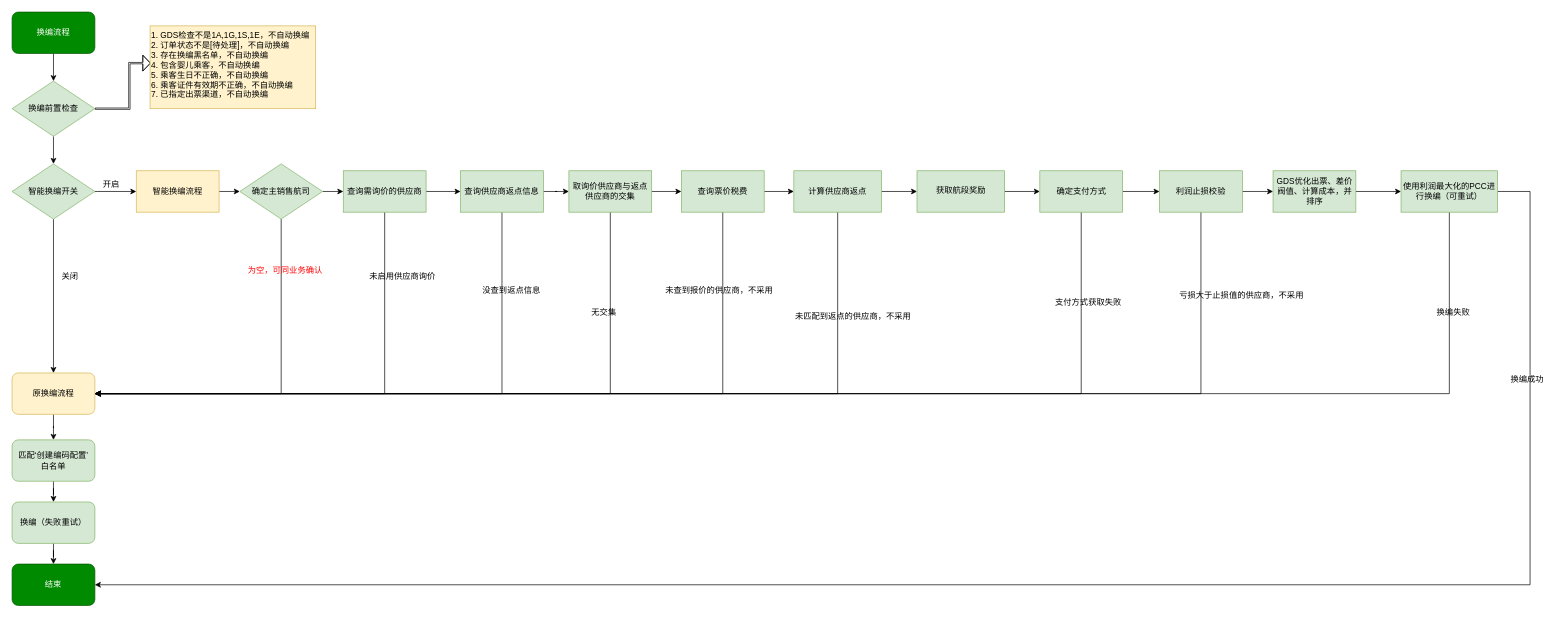
The draw.io diagram 换编.drawio in dhyang/study, before the edit. Source tidied: cells renumbered, new cells numbered last; positions are measured from the earlier drawing's top-left corner, leaving out a move shared by most shapes. Both pictures are drawn from the tidied source at 69%, with x=0, y=0 at pixel (12, 12).
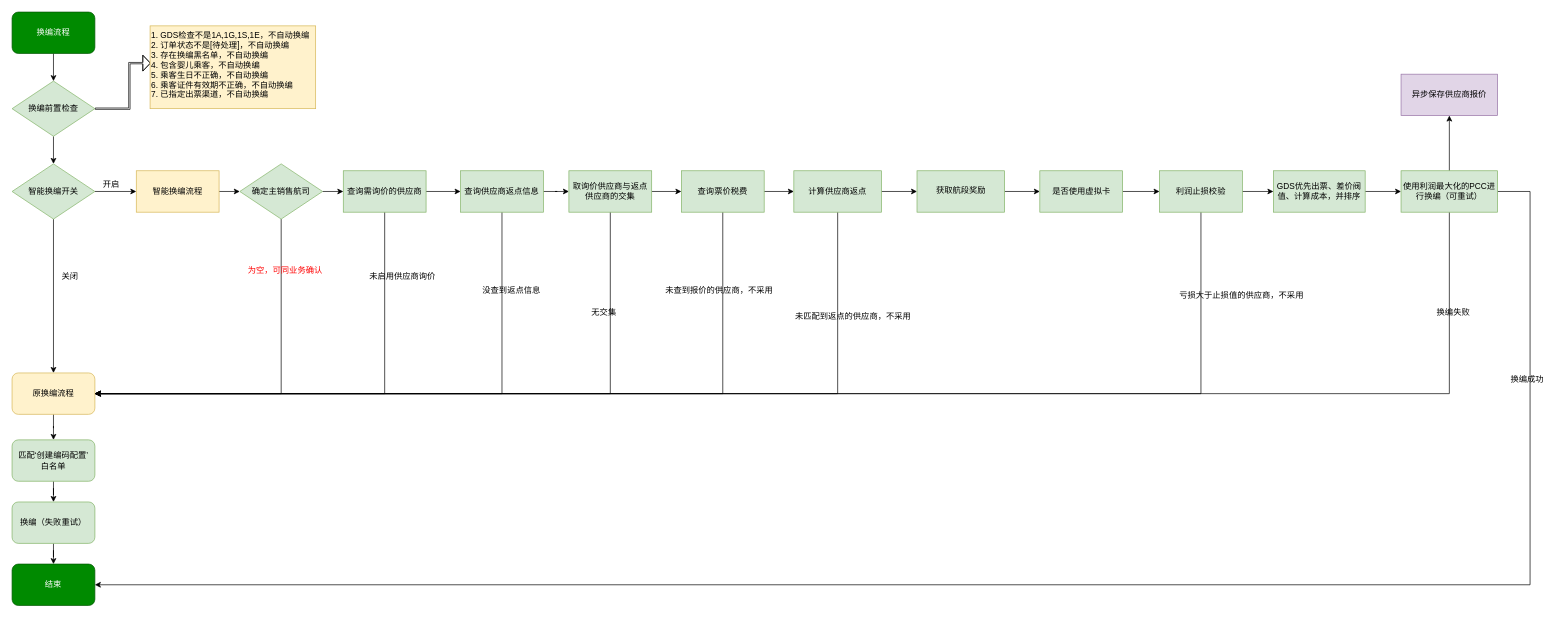
The same diagram, later.

Unchanged cells that the change refers to:
```xml
<mxCell id="12" value="原换编流程" style="rounded=1;whiteSpace=wrap;html=1;fillColor=#fff2cc;strokeColor=#d6b656;shadow=0;" parent="1" vertex="1">
  <mxGeometry y="523" width="120" height="60" as="geometry" />
</mxCell>
<mxCell id="47" value="使用利润最大化的PCC进行换编（可重试）&lt;br&gt;" style="rounded=0;whiteSpace=wrap;html=1;fillColor=#d5e8d4;strokeColor=#82b366;" parent="1" vertex="1">
  <mxGeometry x="2013" y="230" width="140" height="60" as="geometry" />
</mxCell>
```

Change to the diagram source:
```diff
@@
-    <mxCell id="38" value="GDS优化出票、差价阀值、计算成本，并排序" style="rounded=0;whiteSpace=wrap;html=1;fillColor=#d5e8d4;strokeColor=#82b366;" parent="1" vertex="1">
-      <mxGeometry x="1827.5" y="230" width="120" height="60" as="geometry" />
+    <mxCell id="38" value="GDS优先出票、差价阀值、计算成本，并排序" style="rounded=0;whiteSpace=wrap;html=1;fillColor=#d5e8d4;strokeColor=#82b366;" parent="1" vertex="1">
+      <mxGeometry x="1828" y="230" width="133" height="60" as="geometry" />
     </mxCell>
@@
-    <mxCell id="42" style="edgeStyle=orthogonalEdgeStyle;rounded=0;jettySize=auto;html=1;exitX=0.5;exitY=1;exitDx=0;exitDy=0;entryX=1;entryY=0.5;entryDx=0;entryDy=0;" parent="1" edge="1" source="44" target="12">
-      <mxGeometry relative="1" as="geometry" />
-    </mxCell>
@@
-    <mxCell id="44" value="确定支付方式" style="rounded=0;whiteSpace=wrap;html=1;fillColor=#d5e8d4;strokeColor=#82b366;" parent="1" vertex="1">
+    <mxCell id="44" value="是否使用虚拟卡" style="rounded=0;whiteSpace=wrap;html=1;fillColor=#d5e8d4;strokeColor=#82b366;" parent="1" vertex="1">
       <mxGeometry x="1489.5" y="230" width="120" height="60" as="geometry" />
     </mxCell>
@@
+    <mxCell id="63" style="edgeStyle=orthogonalEdgeStyle;rounded=0;jettySize=auto;html=1;" parent="1" edge="1" source="47" target="64">
+      <mxGeometry relative="1" as="geometry" />
+    </mxCell>
@@
-    <mxCell id="58" value="支付方式获取失败&lt;br&gt;&lt;br&gt;" style="text;html=1;align=left;verticalAlign=top;spacingTop=-4;" parent="1" vertex="1">
-      <mxGeometry x="1510" y="411" width="110" height="30" as="geometry" />
-    </mxCell>
@@
+    <mxCell id="64" value="&lt;pre&gt;&lt;span&gt;异步保存供应商报价&lt;/span&gt;&lt;/pre&gt;" style="rounded=0;whiteSpace=wrap;html=1;fillColor=#e1d5e7;strokeColor=#9673a6;" parent="1" vertex="1">
+      <mxGeometry x="2013" y="90" width="140" height="60" as="geometry" />
+    </mxCell>
```
